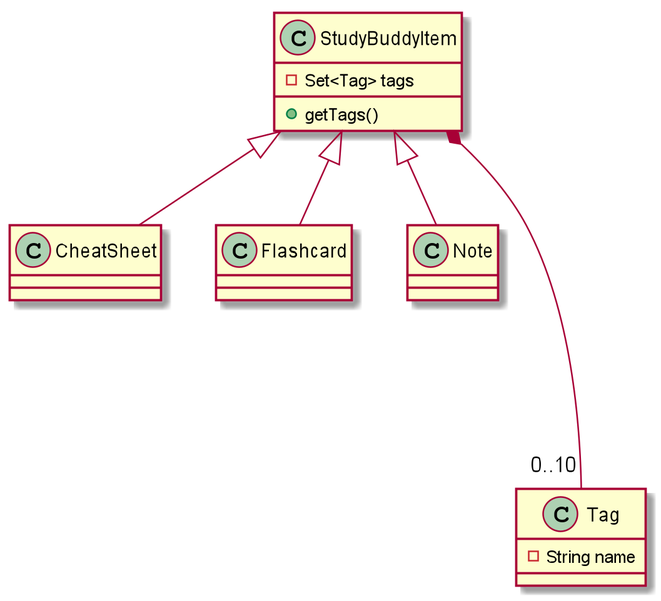
nus-cs2103-AY1920S1/addressbook-level3 keeps this PlantUML diagram as docs/images/kaibindiagrams/TaggingFeatureClassDiagram.png. Above is the earlier version. Its diagram source:
```plantuml
@startuml

StudyBuddyItem <|-down- CheatSheet
StudyBuddyItem <|-down- Flashcard
StudyBuddyItem <|-down- Note
StudyBuddyItem *-down--- "0..10" Tag

class StudyBuddyItem {
-Set<Tag> tags
+getTags()
}

class Tag {
-String name
}

@enduml
```
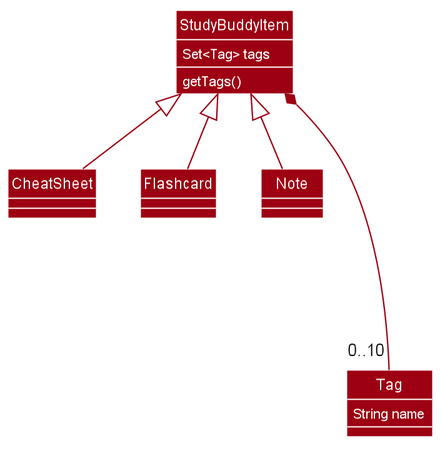
The same diagram one commit later.

The edit, as a diff of the source:
```diff
@@ -1,4 +1,54 @@
 @startuml
+
+
+
+
+
+
+
+
+skinparam BackgroundColor #FFFFFFF
+
+skinparam Shadowing false
+
+skinparam Class {
+    FontColor #FFFFFF
+    BorderThickness 1
+    BorderColor #FFFFFF
+    StereotypeFontColor #FFFFFF
+    FontName Arial
+}
+
+skinparam Actor {
+    BorderColor #000000
+    Color #000000
+    FontName Arial
+}
+
+skinparam Sequence {
+    MessageAlign center
+    BoxFontSize 15
+    BoxPadding 0
+    BoxFontColor #FFFFFF
+    FontName Arial
+}
+
+skinparam Participant {
+    FontColor #FFFFFFF
+    Padding 20
+}
+
+skinparam MinClassWidth 50
+skinparam ParticipantPadding 10
+skinparam Shadowing false
+skinparam DefaultTextAlignment center
+skinparam packageStyle Rectangle
+
+hide footbox
+hide circle
+skinparam arrowThickness 1.1
+skinparam arrowColor #9D0012
+skinparam classBackgroundColor #9D0012
 
 StudyBuddyItem <|-down- CheatSheet
 StudyBuddyItem <|-down- Flashcard
@@ -6,12 +56,12 @@
 StudyBuddyItem *-down--- "0..10" Tag
 
 class StudyBuddyItem {
--Set<Tag> tags
-+getTags()
+<color:#FFFFFF>Set<Tag> tags
+<color:#FFFFFF>getTags()
 }
 
 class Tag {
--String name
+<color:#FFFFFF>String name
 }
 
 @enduml
```
